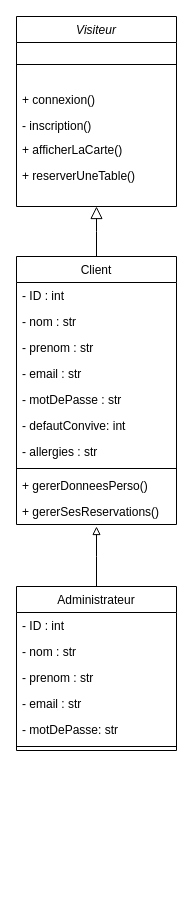
MathieuBal/STUDI_Projet_fil_rouge keeps this draw.io diagram as assets/Diagrammes/Quai_Antique_Classes.drawio. Above is the earlier version. Source tidied: cells renumbered, new cells numbered last; positions are measured from the earlier drawing's top-left corner, leaving out a move shared by most shapes. Both pictures are drawn from the tidied source at 100%, with x=0, y=0 at pixel (16, 16).
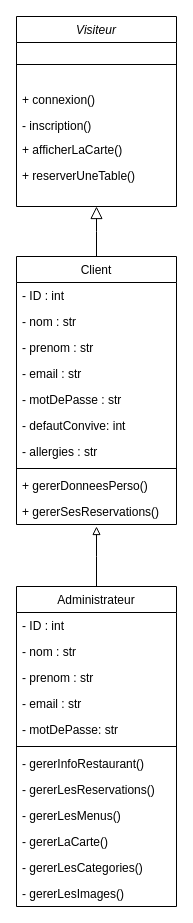
The same diagram, later.

Commit message (it also covers changes not shown here):
Mettre à jour Quai_Antique_Classes.drawio

Change to the diagram source:
```diff
@@
     <mxCell id="20" value="Administrateur" style="swimlane;fontStyle=0;align=center;verticalAlign=top;horizontal=1;startSize=26;rounded=0;shadow=0;strokeWidth=1;" parent="1" vertex="1">
-      <mxGeometry y="570" width="160" height="164" as="geometry" />
+      <mxGeometry y="570" width="160" height="320" as="geometry" />
     </mxCell>
@@
+    <mxCell id="28" value="- gererInfoRestaurant()" style="text;align=left;verticalAlign=top;spacingLeft=4;spacingRight=4;overflow=hidden;" parent="20" vertex="1">
+      <mxGeometry y="164" width="160" height="26" as="geometry" />
+    </mxCell>
+    <mxCell id="29" value="- gererLesReservations()" style="text;align=left;verticalAlign=top;spacingLeft=4;spacingRight=4;overflow=hidden;" parent="20" vertex="1">
+      <mxGeometry y="190" width="160" height="26" as="geometry" />
+    </mxCell>
+    <mxCell id="30" value="- gererLesMenus()" style="text;align=left;verticalAlign=top;spacingLeft=4;spacingRight=4;overflow=hidden;" parent="20" vertex="1">
+      <mxGeometry y="216" width="160" height="26" as="geometry" />
+    </mxCell>
+    <mxCell id="31" value="- gererLaCarte()" style="text;align=left;verticalAlign=top;spacingLeft=4;spacingRight=4;overflow=hidden;" parent="20" vertex="1">
+      <mxGeometry y="242" width="160" height="26" as="geometry" />
+    </mxCell>
+    <mxCell id="32" value="- gererLesCategories()" style="text;align=left;verticalAlign=top;spacingLeft=4;spacingRight=4;overflow=hidden;" parent="20" vertex="1">
+      <mxGeometry y="268" width="160" height="26" as="geometry" />
+    </mxCell>
+    <mxCell id="33" value="- gererLesImages()" style="text;align=left;verticalAlign=top;spacingLeft=4;spacingRight=4;overflow=hidden;" parent="20" vertex="1">
+      <mxGeometry y="294" width="160" height="26" as="geometry" />
+    </mxCell>
```
